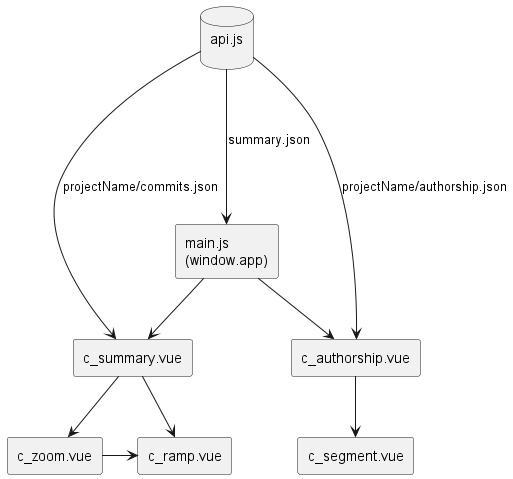
The PlantUML diagram docs/images/report-architecture.png in reposense/RepoSense, before a commit.
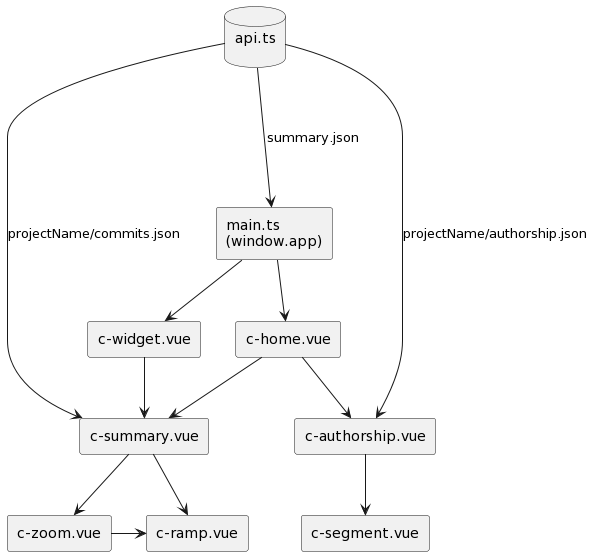
After the change.

Commit message:
Update report architecture diagram to image

The edit, as a diff of the source:
```diff
@@ -3,20 +3,25 @@
 skinparam monochrome true
 skinparam Shadowing false
 
-rectangle "main.js\n(window.app)" as main
-rectangle "c_zoom.vue" as c_zoom
-rectangle "c_ramp.vue" as c_ramp
-rectangle "c_summary.vue" as c_summary
-rectangle "c_authorship.vue" as c_authorship
-rectangle "c_segment.vue" as c_segment
-database "api.js\n" as api
+rectangle "main.ts\n(window.app)" as main
+rectangle "c-zoom.vue" as c_zoom
+rectangle "c-ramp.vue" as c_ramp
+rectangle "c-summary.vue" as c_summary
+rectangle "c-authorship.vue" as c_authorship
+rectangle "c-segment.vue" as c_segment
+rectangle "c-home.vue" as c_home
+rectangle "c-widget.vue" as c_widget
+database "api.ts\n" as api
 
-main -down-> c_summary
+main -down-> c_home
+main -down-> c_widget
+c_home -down-> c_summary
+c_widget -down-> c_summary
 c_summary -down-> c_zoom
 c_summary -> c_ramp
 c_zoom -> c_ramp
 
-main -down-> c_authorship
+c_home -down-> c_authorship
 c_authorship -down-> c_segment
 
 api -down--> main : summary.json
```
